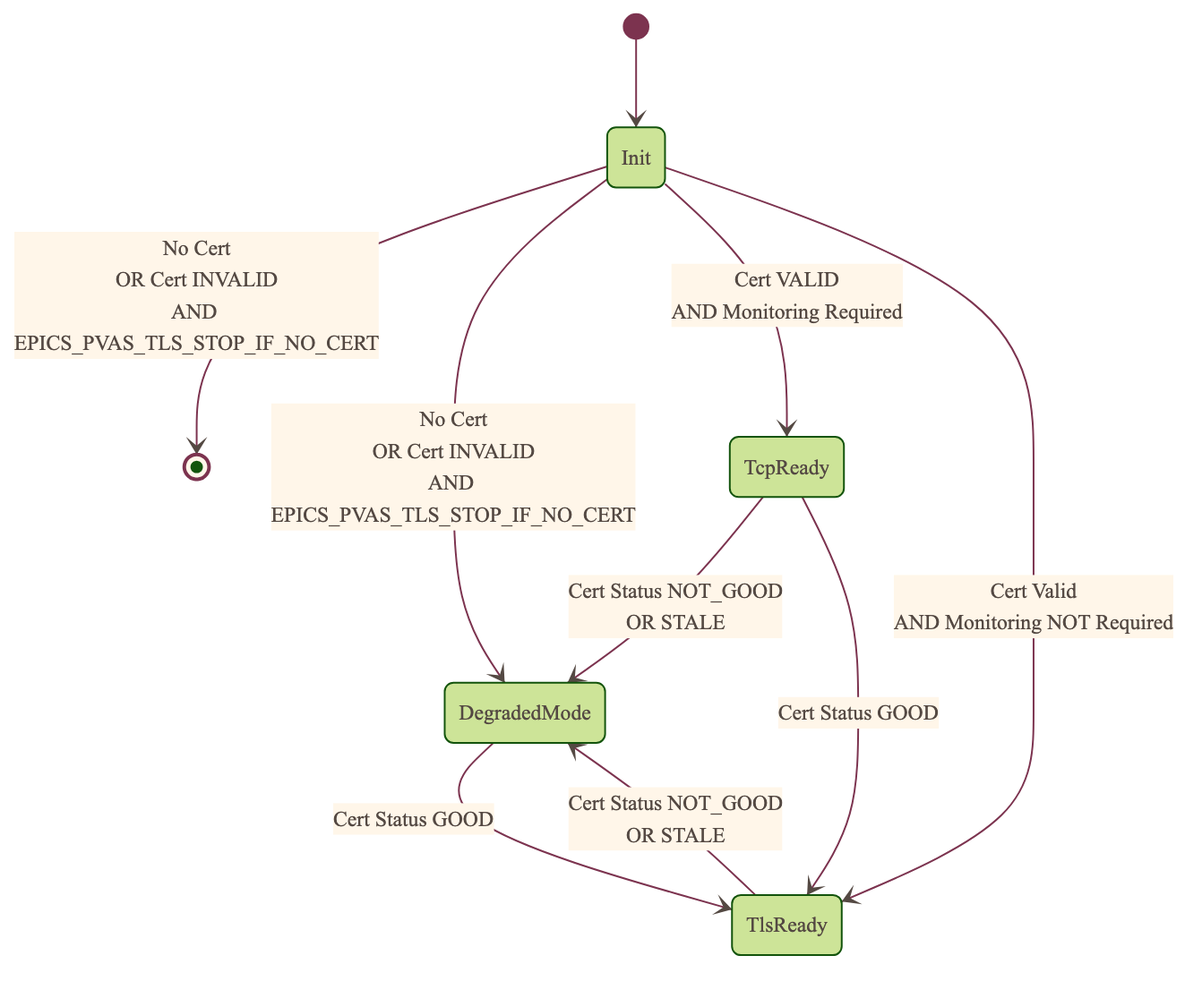
Earlier version of the Mermaid export documentation/spva_server_tls_context.png (george-mcintyre/pvxs). Its source is kept beside it as documentation/diagram_specs/spva_server_tls_context.mmd.
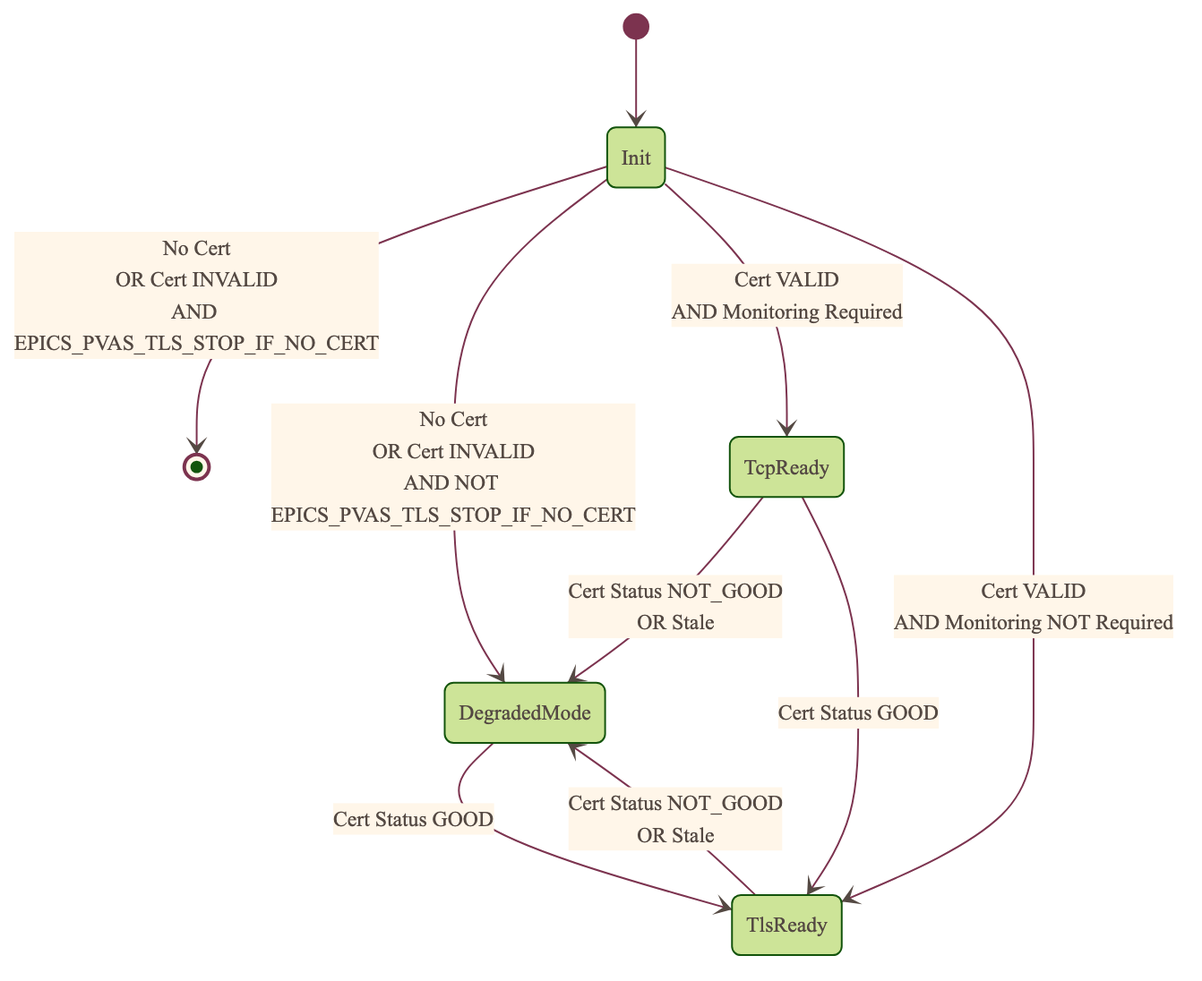
After the commit.

The edit, as a diff of the source:
```diff
@@ -26,11 +26,11 @@
     Init --> [*] : No Cert<br>OR Cert INVALID<br>AND EPICS_PVAS_TLS_STOP_IF_NO_CERT
     Init --> DegradedMode: No Cert<br>OR Cert INVALID<br>AND NOT EPICS_PVAS_TLS_STOP_IF_NO_CERT
     Init --> TcpReady: Cert VALID<br>AND Monitoring Required
-    Init --> TlsReady: Cert Valid<br>AND Monitoring NOT Required
+    Init --> TlsReady: Cert VALID<br>AND Monitoring NOT Required
 
-    TcpReady --> DegradedMode: Cert Status NOT_GOOD<br>OR STALE
+    TcpReady --> DegradedMode: Cert Status NOT_GOOD<br>OR Stale
     TcpReady --> TlsReady: Cert Status GOOD
 
     DegradedMode --> TlsReady: Cert Status GOOD
 
-    TlsReady --> DegradedMode: Cert Status NOT_GOOD<br>OR STALE
+    TlsReady --> DegradedMode: Cert Status NOT_GOOD<br>OR Stale
```
